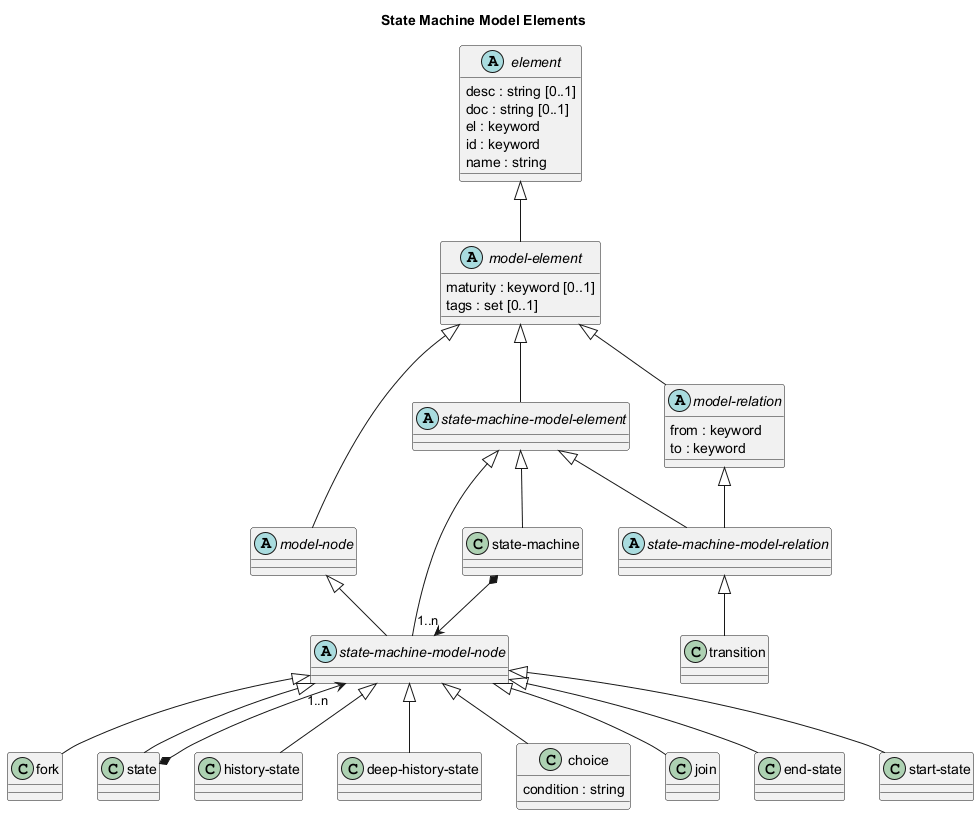
Earlier version of the PlantUML export docs/overarch/data-model/state-machine-model-elements.png (soulspace-org/overarch).
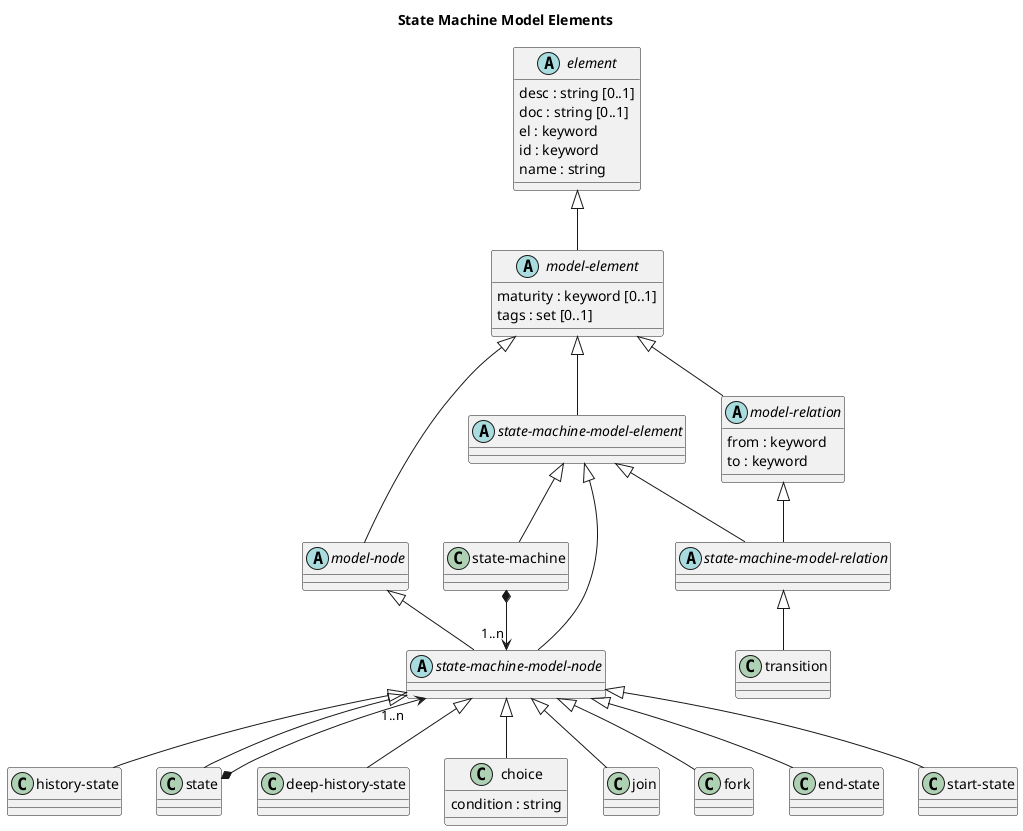
After the commit.

What changed in the source:
```diff
@@ -7,8 +7,6 @@
 
 title State Machine Model Elements
 
-class "fork" as overarch_dataModel_fork {}
-class "state-machine" as overarch_dataModel_stateMachine {}
 class "history-state" as overarch_dataModel_historyState {}
 abstract class "state-machine-model-element" as overarch_dataModel_stateMachineModelElement {}
 abstract class "model-element" as overarch_dataModel_modelElement {
@@ -20,14 +18,16 @@
   condition : string
 }
 class "state" as overarch_dataModel_state {}
+class "state-machine" as overarch_dataModel_stateMachine {}
 abstract class "model-node" as overarch_dataModel_modelNode {}
 abstract class "model-relation" as overarch_dataModel_modelRelation {
   from : keyword
   to : keyword
 }
+class "join" as overarch_dataModel_join {}
+class "fork" as overarch_dataModel_fork {}
 abstract class "state-machine-model-relation" as overarch_dataModel_stateMachineModelRelation {}
 class "transition" as overarch_dataModel_transition {}
-class "join" as overarch_dataModel_join {}
 class "end-state" as overarch_dataModel_endState {}
 abstract class "state-machine-model-node" as overarch_dataModel_stateMachineModelNode {}
 abstract class "element" as overarch_dataModel_element {
```
